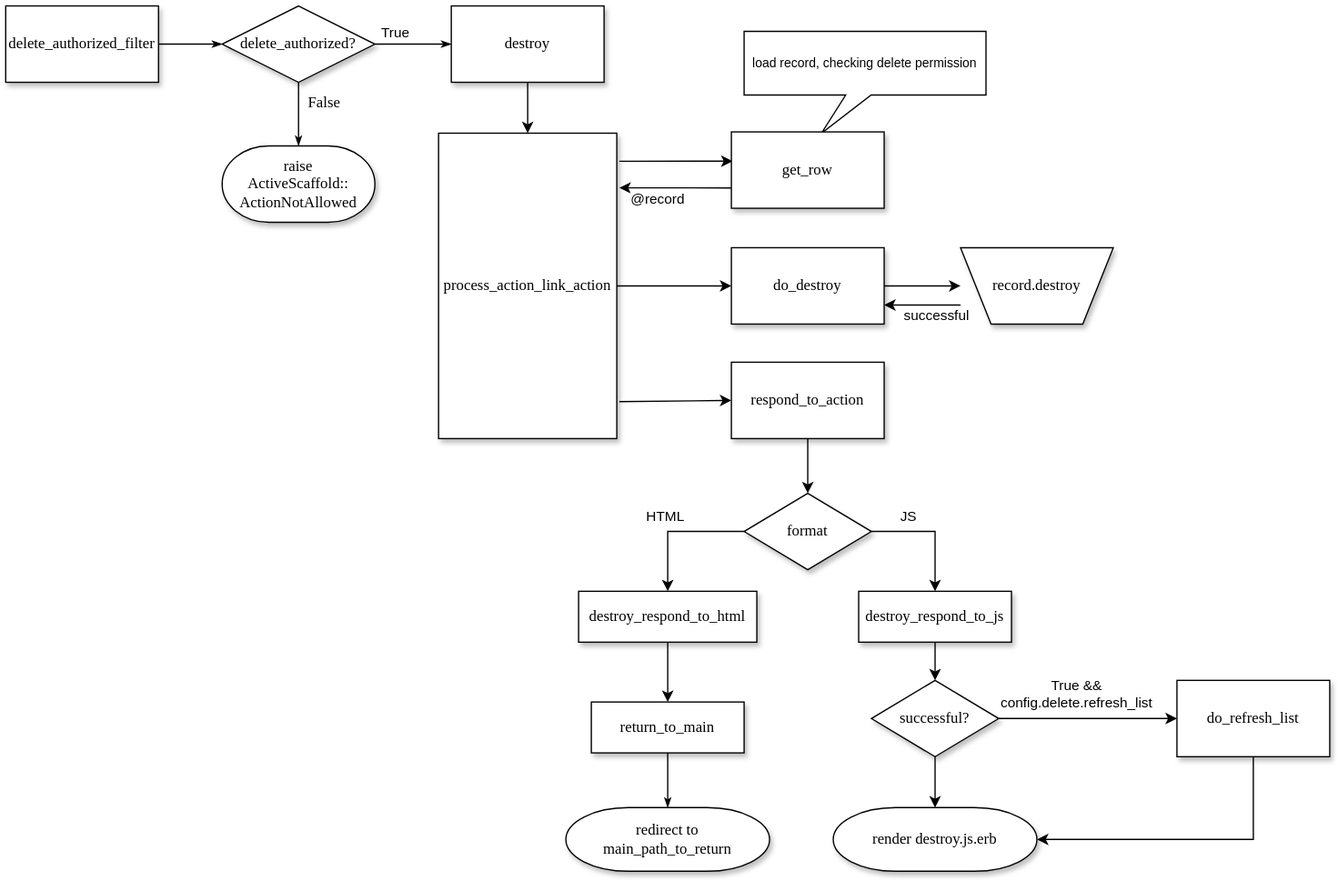
This is diagrams/destroy.drawio.svg from activescaffold/active_scaffold, a draw.io export, as it was before one commit. Source tidied: cells renumbered, new cells last; positions are measured from the earlier drawing's top-left corner, leaving out a move shared by most shapes.
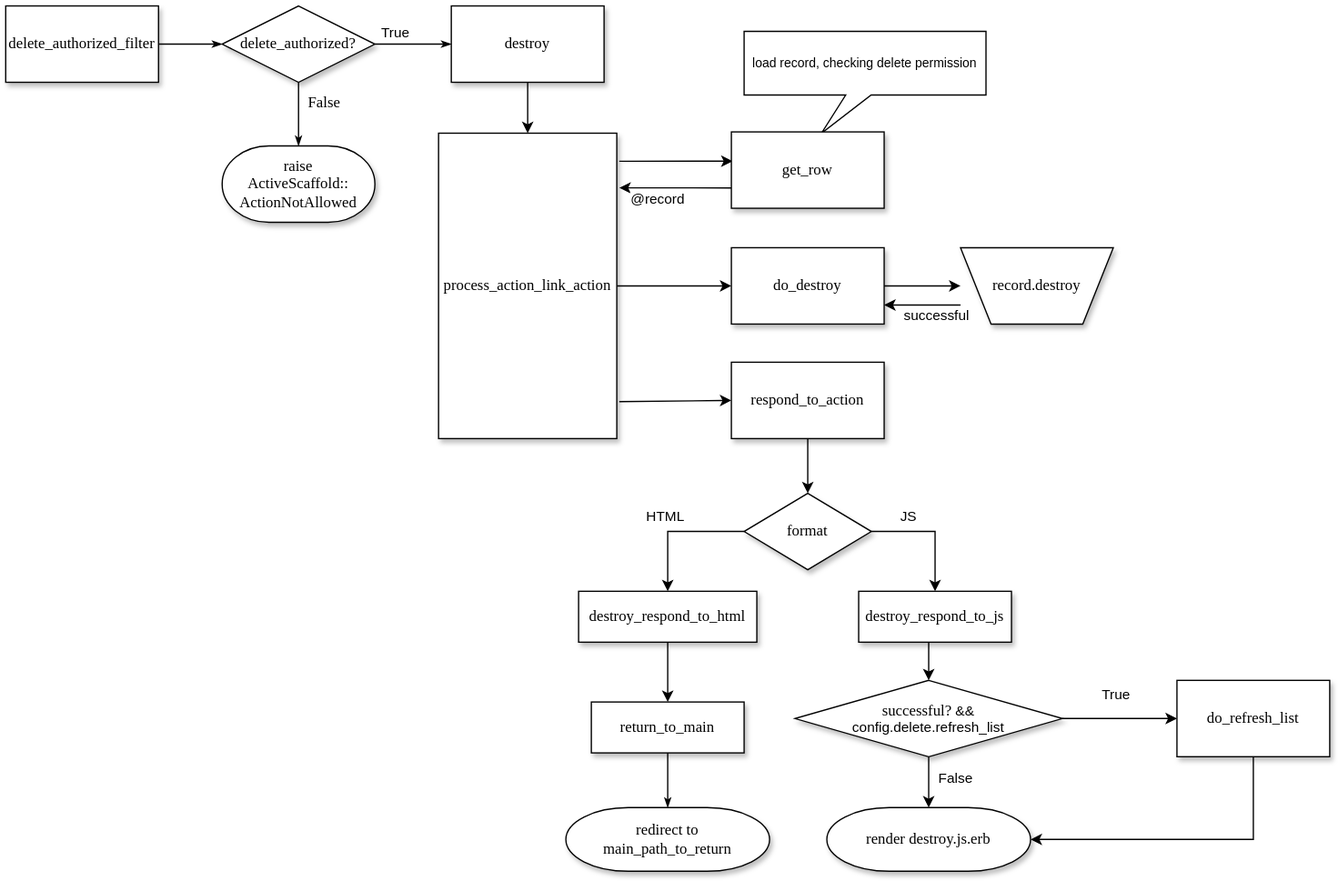
After the commit.

The edit, as a diff of the source:
```diff
@@ -128,7 +128,7 @@
     <mxCell id="38" style="edgeStyle=orthogonalEdgeStyle;rounded=0;jettySize=auto;html=1;" parent="1" edge="1" source="41" target="42">
       <mxGeometry relative="1" as="geometry" />
     </mxCell>
-    <mxCell id="39" value="True &amp;amp;&amp;amp;&lt;div&gt;config.delete.refresh_list&lt;/div&gt;" style="edgeLabel;html=1;align=center;verticalAlign=middle;" parent="38" vertex="1">
+    <mxCell id="39" value="True" style="edgeLabel;html=1;align=center;verticalAlign=middle;" parent="38" vertex="1">
       <mxGeometry x="-0.23" relative="1" as="geometry">
         <mxPoint x="6" y="-20" as="offset" />
       </mxGeometry>
@@ -136,14 +136,19 @@
     <mxCell id="40" style="edgeStyle=orthogonalEdgeStyle;rounded=0;jettySize=auto;html=1;entryX=0.5;entryY=0;entryDx=0;entryDy=0;entryPerimeter=0;" parent="1" edge="1" source="41" target="43">
       <mxGeometry relative="1" as="geometry" />
     </mxCell>
+    <mxCell id="45" value="False" style="edgeLabel;html=1;align=center;verticalAlign=middle;" parent="40" vertex="1">
+      <mxGeometry x="-0.2" relative="1" as="geometry">
+        <mxPoint x="20" as="offset" />
+      </mxGeometry>
+    </mxCell>
-    <mxCell id="41" value="successful?" style="rhombus;whiteSpace=wrap;html=1;rounded=0;shadow=1;labelBackgroundColor=none;strokeWidth=1;fontFamily=Verdana;fontSize=12;align=center;" parent="1" vertex="1">
-      <mxGeometry x="680" y="530" width="100" height="60" as="geometry" />
+    <mxCell id="41" value="successful?&amp;nbsp;&lt;span style=&quot;font-family: Helvetica; font-size: 11px; text-wrap: nowrap; background-color: rgb(255, 255, 255);&quot;&gt;&amp;amp;&amp;amp;&lt;/span&gt;&lt;div style=&quot;font-family: Helvetica; font-size: 11px; text-wrap: nowrap;&quot;&gt;config.delete.refresh_list&lt;/div&gt;" style="rhombus;whiteSpace=wrap;html=1;rounded=0;shadow=1;labelBackgroundColor=none;strokeWidth=1;fontFamily=Verdana;fontSize=12;align=center;" parent="1" vertex="1">
+      <mxGeometry x="620" y="530" width="210" height="60" as="geometry" />
     </mxCell>
     <mxCell id="42" value="do_refresh_list" style="whiteSpace=wrap;html=1;fontFamily=Verdana;rounded=0;shadow=1;labelBackgroundColor=none;strokeWidth=1;" parent="1" vertex="1">
       <mxGeometry x="920" y="530" width="120" height="60" as="geometry" />
     </mxCell>
     <mxCell id="43" value="render destroy.js.erb" style="strokeWidth=1;html=1;shape=mxgraph.flowchart.terminator;whiteSpace=wrap;rounded=0;shadow=1;labelBackgroundColor=none;fontFamily=Verdana;fontSize=12;align=center;" parent="1" vertex="1">
-      <mxGeometry x="650" y="630" width="160" height="50" as="geometry" />
+      <mxGeometry x="645" y="630" width="160" height="50" as="geometry" />
     </mxCell>
     <mxCell id="44" style="edgeStyle=orthogonalEdgeStyle;rounded=0;jettySize=auto;html=1;entryX=1;entryY=0.5;entryDx=0;entryDy=0;entryPerimeter=0;" parent="1" edge="1" source="42" target="43">
       <mxGeometry relative="1" as="geometry">
```
